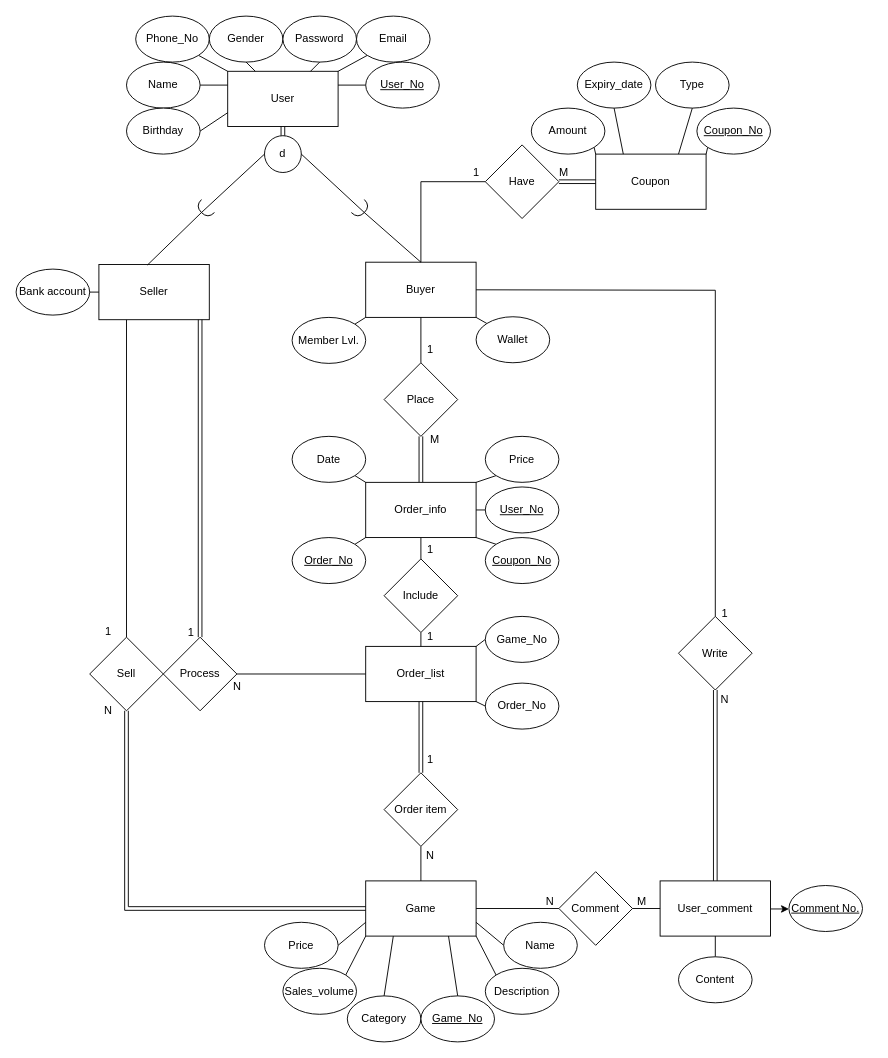
This is page "ER Diagram" (2 of 3) of DBMS.drawio from 13urgerKing/109-1DBMS, a draw.io file, before an edit. Source tidied: cells renumbered, new cells numbered last; positions are measured from the earlier drawing's top-left corner, leaving out a move shared by most shapes. Both pictures are drawn from the tidied source at 92%, with x=0, y=0 at pixel (16, 16).
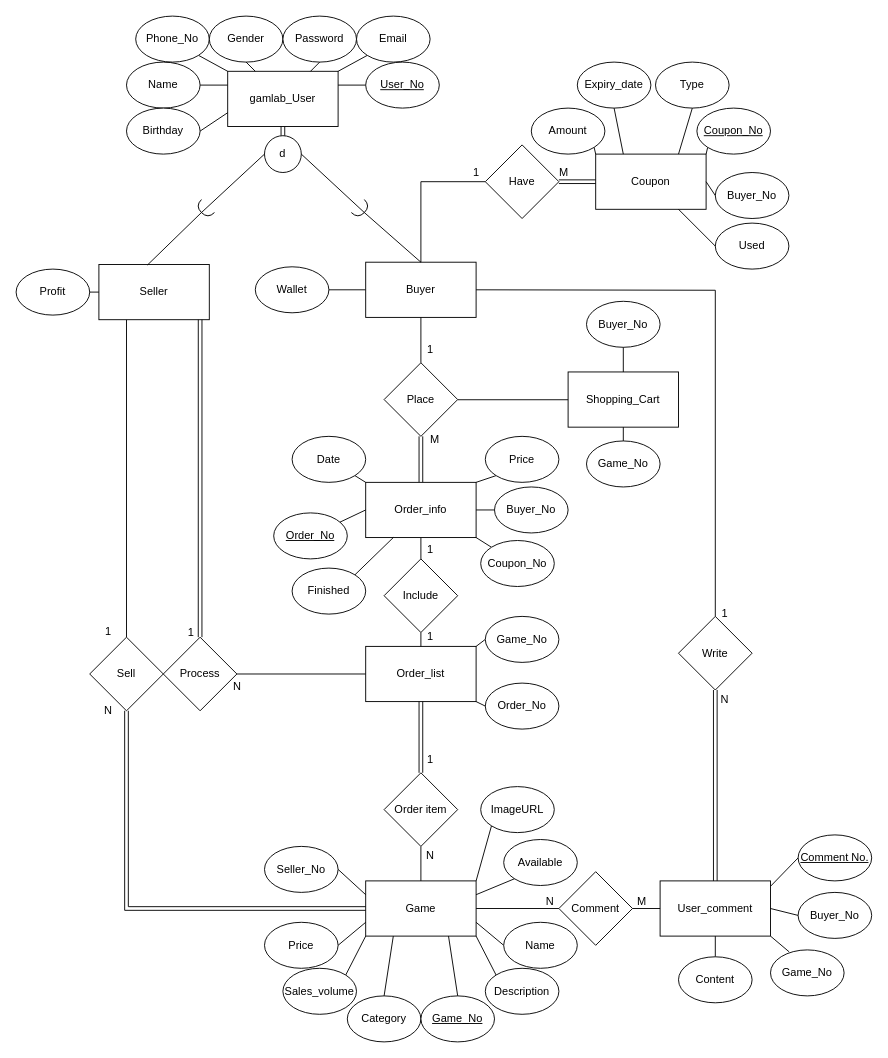
After the change.

The change refers to these unchanged cells:
```xml
<mxCell id="10" value="Buyer" style="rounded=0;whiteSpace=wrap;html=1;" parent="1" vertex="1">
  <mxGeometry x="380" y="267.5" width="120" height="60" as="geometry" />
</mxCell>
<mxCell id="30" value="Game" style="rounded=0;whiteSpace=wrap;html=1;" parent="1" vertex="1">
  <mxGeometry x="380" y="940" width="120" height="60" as="geometry" />
</mxCell>
<mxCell id="67" value="User_comment" style="rounded=0;whiteSpace=wrap;html=1;" parent="1" vertex="1">
  <mxGeometry x="700" y="940" width="120" height="60" as="geometry" />
</mxCell>
<mxCell id="87" value="Coupon" style="rounded=0;whiteSpace=wrap;html=1;" parent="1" vertex="1">
  <mxGeometry x="630" y="150" width="120" height="60" as="geometry" />
</mxCell>
<mxCell id="102" value="Order_info" style="rounded=0;whiteSpace=wrap;html=1;" parent="1" vertex="1">
  <mxGeometry x="380" y="506.8" width="120" height="60" as="geometry" />
</mxCell>
```

What changed in the source:
```diff
@@
-    <mxCell id="2" value="User" style="rounded=0;whiteSpace=wrap;html=1;" parent="1" vertex="1">
+    <mxCell id="2" value="gamlab_User" style="rounded=0;whiteSpace=wrap;html=1;" parent="1" vertex="1">
       <mxGeometry x="230" y="60" width="120" height="60" as="geometry" />
     </mxCell>
@@
-    <mxCell id="8" style="edgeStyle=none;rounded=0;jettySize=auto;html=1;exitX=0;exitY=1;exitDx=0;exitDy=0;entryX=1;entryY=0;entryDx=0;entryDy=0;endArrow=none;endFill=0;" parent="1" edge="1" source="10" target="24">
-      <mxGeometry relative="1" as="geometry" />
-    </mxCell>
-    <mxCell id="9" style="edgeStyle=none;rounded=0;jettySize=auto;html=1;exitX=1;exitY=1;exitDx=0;exitDy=0;entryX=0;entryY=0;entryDx=0;entryDy=0;endArrow=none;endFill=0;" parent="1" edge="1" source="10" target="25">
+    <mxCell id="9" style="edgeStyle=none;rounded=0;jettySize=auto;html=1;exitX=0;exitY=0.5;exitDx=0;exitDy=0;entryX=1;entryY=0.5;entryDx=0;entryDy=0;endArrow=none;endFill=0;" parent="1" edge="1" source="10" target="25">
       <mxGeometry relative="1" as="geometry" />
     </mxCell>
@@
-    <mxCell id="24" value="Member Lvl." style="ellipse;whiteSpace=wrap;html=1;" parent="1" vertex="1">
-      <mxGeometry x="300" y="327.5" width="80" height="50" as="geometry" />
-    </mxCell>
     <mxCell id="25" value="Wallet" style="ellipse;whiteSpace=wrap;html=1;" parent="1" vertex="1">
-      <mxGeometry x="500" y="326.8" width="80" height="50" as="geometry" />
+      <mxGeometry x="260" y="272.5" width="80" height="50" as="geometry" />
     </mxCell>
@@
-    <mxCell id="65" value="Bank account" style="ellipse;whiteSpace=wrap;html=1;" parent="1" vertex="1">
+    <mxCell id="65" value="Profit" style="ellipse;whiteSpace=wrap;html=1;" parent="1" vertex="1">
       <mxGeometry y="275" width="80" height="50" as="geometry" />
     </mxCell>
-    <mxCell id="66" style="edgeStyle=orthogonalEdgeStyle;rounded=0;jettySize=auto;html=1;exitX=1;exitY=0.75;exitDx=0;exitDy=0;entryX=0;entryY=0.5;entryDx=0;entryDy=0;" parent="1" edge="1" target="81">
-      <mxGeometry relative="1" as="geometry">
-        <mxPoint x="820" y="970.5" as="sourcePoint" />
-      </mxGeometry>
-    </mxCell>
@@
     <mxCell id="81" value="Comment No." style="ellipse;whiteSpace=wrap;html=1;fontStyle=4;" parent="1" vertex="1">
-      <mxGeometry x="840" y="945" width="80" height="50" as="geometry" />
+      <mxGeometry x="850" y="890" width="80" height="50" as="geometry" />
     </mxCell>
@@
-    <mxCell id="107" style="edgeStyle=none;rounded=0;jettySize=auto;html=1;exitX=1;exitY=0;exitDx=0;exitDy=0;entryX=0;entryY=1;entryDx=0;entryDy=0;endArrow=none;endFill=0;" parent="1" edge="1" source="108" target="102">
+    <mxCell id="107" style="edgeStyle=none;rounded=0;jettySize=auto;html=1;entryX=0;entryY=0.5;entryDx=0;entryDy=0;endArrow=none;endFill=0;" parent="1" edge="1" source="108" target="102">
       <mxGeometry relative="1" as="geometry" />
     </mxCell>
     <mxCell id="108" value="Order_No" style="ellipse;whiteSpace=wrap;html=1;fontStyle=4;" parent="1" vertex="1">
-      <mxGeometry x="300" y="566.8" width="80" height="50" as="geometry" />
+      <mxGeometry x="280" y="540" width="80" height="50" as="geometry" />
     </mxCell>
@@
-    <mxCell id="110" value="Coupon_No" style="ellipse;whiteSpace=wrap;html=1;fontStyle=4;" parent="1" vertex="1">
-      <mxGeometry x="510" y="566.8" width="80" height="50" as="geometry" />
-    </mxCell>
-    <mxCell id="111" style="edgeStyle=none;rounded=0;jettySize=auto;html=1;exitX=0;exitY=0.5;exitDx=0;exitDy=0;entryX=1;entryY=0.5;entryDx=0;entryDy=0;endArrow=none;endFill=0;" parent="1" edge="1" source="112" target="102">
+    <mxCell id="111" style="edgeStyle=none;rounded=0;jettySize=auto;html=1;exitX=0;exitY=0.5;exitDx=0;exitDy=0;entryX=1;entryY=0.5;entryDx=0;entryDy=0;endArrow=none;endFill=0;" parent="1" edge="1" source="129" target="102">
       <mxGeometry relative="1" as="geometry" />
     </mxCell>
-    <mxCell id="112" value="User_No" style="ellipse;whiteSpace=wrap;html=1;fontStyle=4;" parent="1" vertex="1">
-      <mxGeometry x="510" y="511.8" width="80" height="50" as="geometry" />
-    </mxCell>
@@
+    <mxCell id="117" value="Buyer_No" style="ellipse;whiteSpace=wrap;html=1;" parent="1" vertex="1">
+      <mxGeometry x="760" y="170" width="80" height="50" as="geometry" />
+    </mxCell>
+    <mxCell id="118" style="edgeStyle=none;rounded=0;jettySize=auto;html=1;exitX=0;exitY=0.5;exitDx=0;exitDy=0;entryX=1;entryY=0.5;entryDx=0;entryDy=0;endArrow=none;endFill=0;" parent="1" edge="1" source="117" target="87">
+      <mxGeometry relative="1" as="geometry" />
+    </mxCell>
+    <mxCell id="119" value="Used" style="ellipse;whiteSpace=wrap;html=1;" parent="1" vertex="1">
+      <mxGeometry x="760" y="225" width="80" height="50" as="geometry" />
+    </mxCell>
+    <mxCell id="120" style="edgeStyle=none;rounded=0;jettySize=auto;html=1;exitX=0;exitY=0.5;exitDx=0;exitDy=0;entryX=0.75;entryY=1;entryDx=0;entryDy=0;endArrow=none;endFill=0;" parent="1" edge="1" source="119" target="87">
+      <mxGeometry relative="1" as="geometry" />
+    </mxCell>
+    <mxCell id="121" value="Seller_No" style="ellipse;whiteSpace=wrap;html=1;" parent="1" vertex="1">
+      <mxGeometry x="270" y="902.5" width="80" height="50" as="geometry" />
+    </mxCell>
+    <mxCell id="122" style="edgeStyle=none;rounded=0;jettySize=auto;html=1;exitX=0;exitY=0.25;exitDx=0;exitDy=0;entryX=1;entryY=0.5;entryDx=0;entryDy=0;endArrow=none;endFill=0;" parent="1" edge="1" source="30" target="121">
+      <mxGeometry x="60" y="142.5" as="geometry" />
+    </mxCell>
+    <mxCell id="123" value="ImageURL" style="ellipse;whiteSpace=wrap;html=1;" parent="1" vertex="1">
+      <mxGeometry x="505" y="837.5" width="80" height="50" as="geometry" />
+    </mxCell>
+    <mxCell id="124" style="edgeStyle=none;rounded=0;jettySize=auto;html=1;exitX=0;exitY=1;exitDx=0;exitDy=0;entryX=1;entryY=0;entryDx=0;entryDy=0;endArrow=none;endFill=0;" parent="1" edge="1" source="123" target="30">
+      <mxGeometry x="70" y="152.5" as="geometry" />
+    </mxCell>
+    <mxCell id="125" value="Available" style="ellipse;whiteSpace=wrap;html=1;" parent="1" vertex="1">
+      <mxGeometry x="530" y="895" width="80" height="50" as="geometry" />
+    </mxCell>
+    <mxCell id="126" style="edgeStyle=none;rounded=0;jettySize=auto;html=1;exitX=0;exitY=1;exitDx=0;exitDy=0;entryX=1;entryY=0.25;entryDx=0;entryDy=0;endArrow=none;endFill=0;" parent="1" edge="1" source="125" target="30">
+      <mxGeometry x="80" y="162.5" as="geometry" />
+    </mxCell>
+    <mxCell id="127" value="Shopping_Cart" style="rounded=0;whiteSpace=wrap;html=1;" parent="1" vertex="1">
+      <mxGeometry x="600" y="386.8" width="120" height="60" as="geometry" />
+    </mxCell>
+    <mxCell id="128" style="edgeStyle=none;rounded=0;orthogonalLoop=1;jettySize=auto;html=1;endArrow=none;endFill=0;" parent="1" edge="1">
+      <mxGeometry relative="1" as="geometry">
+        <mxPoint x="600" y="417" as="sourcePoint" />
+        <mxPoint x="480" y="417" as="targetPoint" />
+      </mxGeometry>
+    </mxCell>
+    <mxCell id="129" value="Buyer_No" style="ellipse;whiteSpace=wrap;html=1;" parent="1" vertex="1">
+      <mxGeometry x="520" y="511.8" width="80" height="50" as="geometry" />
+    </mxCell>
+    <mxCell id="110" value="Coupon_No" style="ellipse;whiteSpace=wrap;html=1;" parent="1" vertex="1">
+      <mxGeometry x="505" y="570" width="80" height="50" as="geometry" />
+    </mxCell>
+    <mxCell id="130" value="Finished" style="ellipse;whiteSpace=wrap;html=1;" parent="1" vertex="1">
+      <mxGeometry x="300" y="600" width="80" height="50" as="geometry" />
+    </mxCell>
+    <mxCell id="131" style="edgeStyle=none;rounded=0;jettySize=auto;html=1;entryX=0.25;entryY=1;entryDx=0;entryDy=0;endArrow=none;endFill=0;exitX=1;exitY=0;exitDx=0;exitDy=0;" parent="1" edge="1" source="130" target="102">
+      <mxGeometry relative="1" as="geometry" />
+    </mxCell>
+    <mxCell id="132" value="Buyer_No" style="ellipse;whiteSpace=wrap;html=1;" parent="1" vertex="1">
+      <mxGeometry x="850" y="952.5" width="80" height="50" as="geometry" />
+    </mxCell>
+    <mxCell id="133" value="Game_No" style="ellipse;whiteSpace=wrap;html=1;" parent="1" vertex="1">
+      <mxGeometry x="820" y="1015" width="80" height="50" as="geometry" />
+    </mxCell>
+    <mxCell id="134" style="edgeStyle=none;rounded=0;jettySize=auto;html=1;exitX=0;exitY=0.5;exitDx=0;exitDy=0;entryX=1.003;entryY=0.092;entryDx=0;entryDy=0;endArrow=none;endFill=0;entryPerimeter=0;" parent="1" edge="1" source="81" target="67">
+      <mxGeometry x="60" y="142.5" as="geometry" />
+    </mxCell>
+    <mxCell id="135" style="edgeStyle=none;rounded=0;jettySize=auto;html=1;exitX=0;exitY=0.5;exitDx=0;exitDy=0;entryX=1;entryY=0.5;entryDx=0;entryDy=0;endArrow=none;endFill=0;" parent="1" edge="1" source="132" target="67">
+      <mxGeometry x="70" y="152.5" as="geometry" />
+    </mxCell>
+    <mxCell id="136" style="edgeStyle=none;rounded=0;jettySize=auto;html=1;exitX=0.254;exitY=0.043;exitDx=0;exitDy=0;entryX=1;entryY=1;entryDx=0;entryDy=0;endArrow=none;endFill=0;exitPerimeter=0;" parent="1" edge="1" source="133" target="67">
+      <mxGeometry x="80" y="162.5" as="geometry" />
+    </mxCell>
+    <mxCell id="137" value="Game_No" style="ellipse;whiteSpace=wrap;html=1;" parent="1" vertex="1">
+      <mxGeometry x="620" y="461.8" width="80" height="50" as="geometry" />
+    </mxCell>
+    <mxCell id="138" style="edgeStyle=none;rounded=0;jettySize=auto;html=1;endArrow=none;endFill=0;entryX=0.5;entryY=0;entryDx=0;entryDy=0;exitX=0.5;exitY=1;exitDx=0;exitDy=0;" parent="1" edge="1" source="127" target="137">
+      <mxGeometry relative="1" as="geometry" />
+    </mxCell>
+    <mxCell id="139" value="Buyer_No" style="ellipse;whiteSpace=wrap;html=1;" parent="1" vertex="1">
+      <mxGeometry x="620" y="310" width="80" height="50" as="geometry" />
+    </mxCell>
+    <mxCell id="140" style="edgeStyle=none;rounded=0;jettySize=auto;html=1;endArrow=none;endFill=0;entryX=0.5;entryY=0;entryDx=0;entryDy=0;exitX=0.5;exitY=1;exitDx=0;exitDy=0;" parent="1" edge="1" source="139" target="127">
+      <mxGeometry relative="1" as="geometry" />
+    </mxCell>
```
